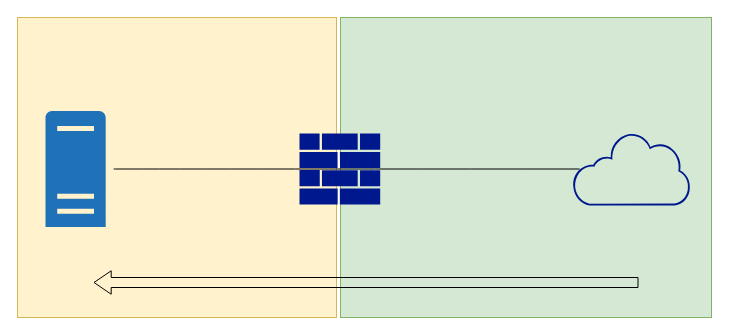
Above: NAT001.drawio in yokikim/Network-Diagram (draw.io), before the change. Source tidied: cells renumbered, new cells numbered last; positions are measured from the earlier drawing's top-left corner, leaving out a move shared by most shapes. Both pictures are drawn from the tidied source at 100%, with x=0, y=0 at pixel (17, 17).
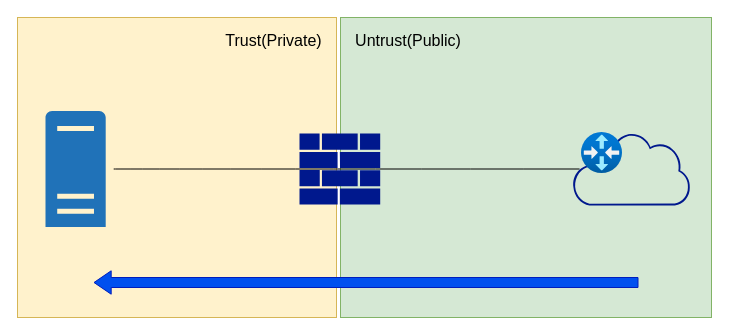
Above is the later version.

The edit, as a diff of the source:
```diff
@@
 <mxGraphModel>
   <root>
     <mxCell id="0" />
     <mxCell id="1" parent="0" />
     <mxCell id="2" style="rounded=0;whiteSpace=wrap;html=1;fontSize=16;fillColor=#fff2cc;strokeColor=#d6b656;" parent="1" vertex="1">
       <mxGeometry width="319" height="300" as="geometry" />
     </mxCell>
     <mxCell id="3" style="rounded=0;whiteSpace=wrap;html=1;fontSize=16;fillColor=#d5e8d4;strokeColor=#82b366;" parent="1" vertex="1">
       <mxGeometry x="323" width="371" height="300" as="geometry" />
     </mxCell>
     <mxCell id="4" parent="0" />
-    <mxCell id="5" style="edgeStyle=none;orthogonalLoop=1;jettySize=auto;html=1;shape=flexArrow;rounded=1;startSize=8;endSize=5.393103448275863;fontSize=12;endArrow=open;sourcePerimeterSpacing=8;targetPerimeterSpacing=8;curved=1;endWidth=12.413793103448276;" parent="4" edge="1">
+    <mxCell id="5" style="edgeStyle=none;orthogonalLoop=1;jettySize=auto;html=1;shape=flexArrow;rounded=1;startSize=8;endSize=5.393103448275863;fontSize=12;endArrow=open;sourcePerimeterSpacing=8;targetPerimeterSpacing=8;curved=1;endWidth=12.413793103448276;fillColor=#0050ef;strokeColor=#001DBC;" parent="4" edge="1">
       <mxGeometry relative="1" as="geometry">
         <mxPoint x="621" y="265" as="sourcePoint" />
         <mxPoint x="76" y="265" as="targetPoint" />
       </mxGeometry>
     </mxCell>
     <mxCell id="6" style="endArrow=none;html=1;rounded=0;fontSize=12;startSize=14;endSize=14;sourcePerimeterSpacing=8;targetPerimeterSpacing=8;curved=1;entryX=0.06;entryY=0.5;entryDx=0;entryDy=0;entryPerimeter=0;" parent="4" edge="1" source="9" target="10">
       <mxGeometry relative="1" as="geometry" />
     </mxCell>
     <mxCell id="7" parent="0" />
     <mxCell id="8" style="sketch=0;shadow=0;dashed=0;html=1;strokeColor=none;labelPosition=center;verticalLabelPosition=bottom;verticalAlign=top;align=center;fillColor=#00188D;shape=mxgraph.mscae.enterprise.firewall;fontSize=16;" parent="7" vertex="1">
       <mxGeometry x="282" y="116" width="80.7" height="71" as="geometry" />
     </mxCell>
     <mxCell id="9" style="sketch=0;shadow=0;dashed=0;html=1;strokeColor=none;labelPosition=center;verticalLabelPosition=bottom;verticalAlign=top;outlineConnect=0;align=center;shape=mxgraph.office.servers.physical_host;fillColor=#2072B8;fontSize=16;" parent="7" vertex="1">
       <mxGeometry x="28" y="93.5" width="60.2" height="116" as="geometry" />
     </mxCell>
     <mxCell id="10" style="sketch=0;shadow=0;dashed=0;html=1;strokeColor=none;labelPosition=center;verticalLabelPosition=bottom;verticalAlign=top;align=center;fillColor=#00188D;shape=mxgraph.mscae.enterprise.internet_hollow;fontSize=16;" parent="7" vertex="1">
       <mxGeometry x="555" y="115" width="117.7" height="73" as="geometry" />
     </mxCell>
+    <mxCell id="11" style="html=1;align=center;image;fontSize=12;image=img/lib/azure2/networking/Virtual_Router.svg;" parent="7" vertex="1">
+      <mxGeometry x="564" y="115" width="41" height="41" as="geometry" />
+    </mxCell>
+    <mxCell id="12" parent="0" />
+    <mxCell id="13" value="Trust(Private)" style="text;strokeColor=none;fillColor=none;html=1;align=center;verticalAlign=middle;whiteSpace=wrap;rounded=0;fontSize=16;" parent="12" vertex="1">
+      <mxGeometry x="197" y="8" width="119" height="30" as="geometry" />
+    </mxCell>
+    <mxCell id="14" value="Untrust(Public)" style="text;strokeColor=none;fillColor=none;html=1;align=center;verticalAlign=middle;whiteSpace=wrap;rounded=0;fontSize=16;" parent="12" vertex="1">
+      <mxGeometry x="330" y="8" width="122" height="30" as="geometry" />
+    </mxCell>
   </root>
 </mxGraphModel>
```
